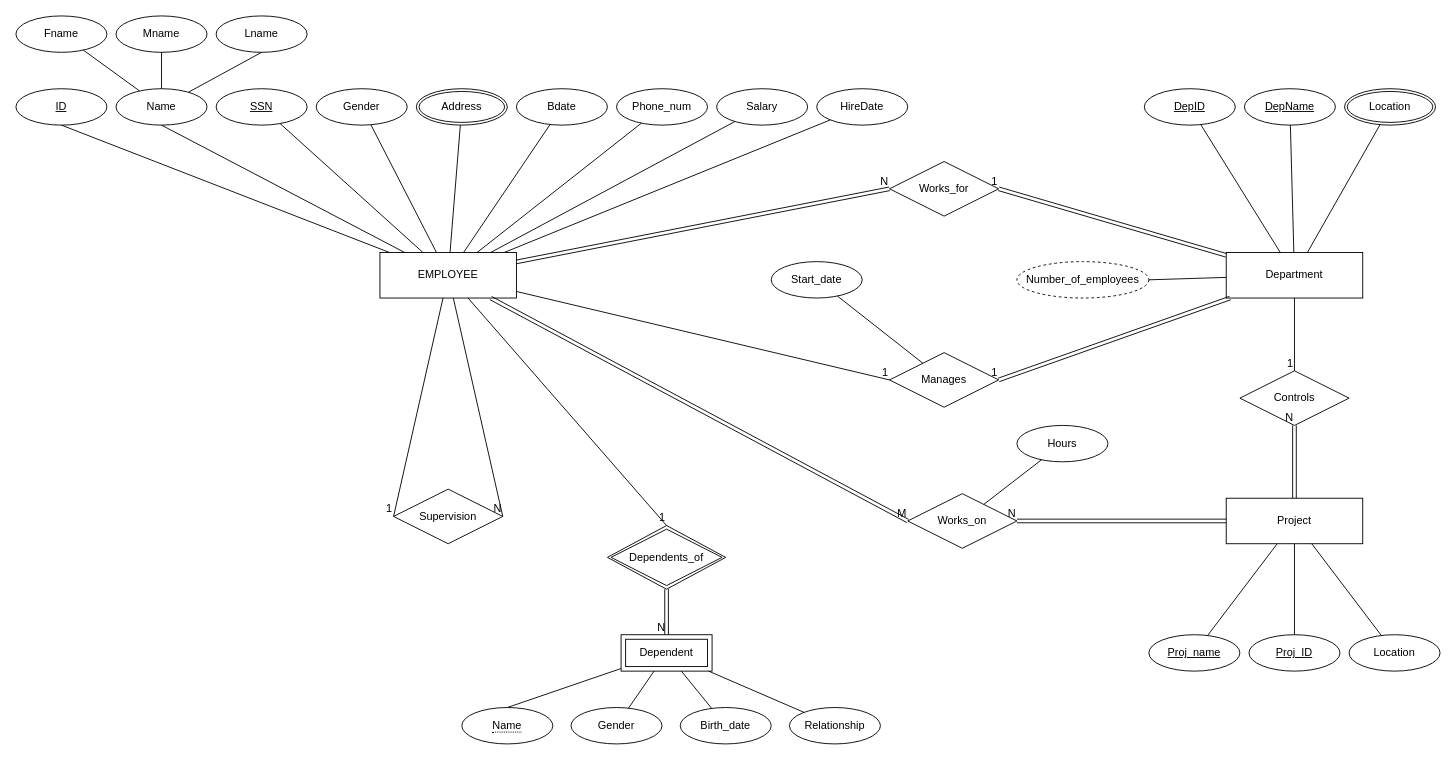
anand-byamba/database-project keeps this draw.io diagram as docs/project.drawio. Above is the earlier version. Source tidied: cells renumbered, new cells numbered last; positions are measured from the earlier drawing's top-left corner, leaving out a move shared by most shapes. Both pictures are drawn from the tidied source at 91%, with x=0, y=0 at pixel (15, 15).
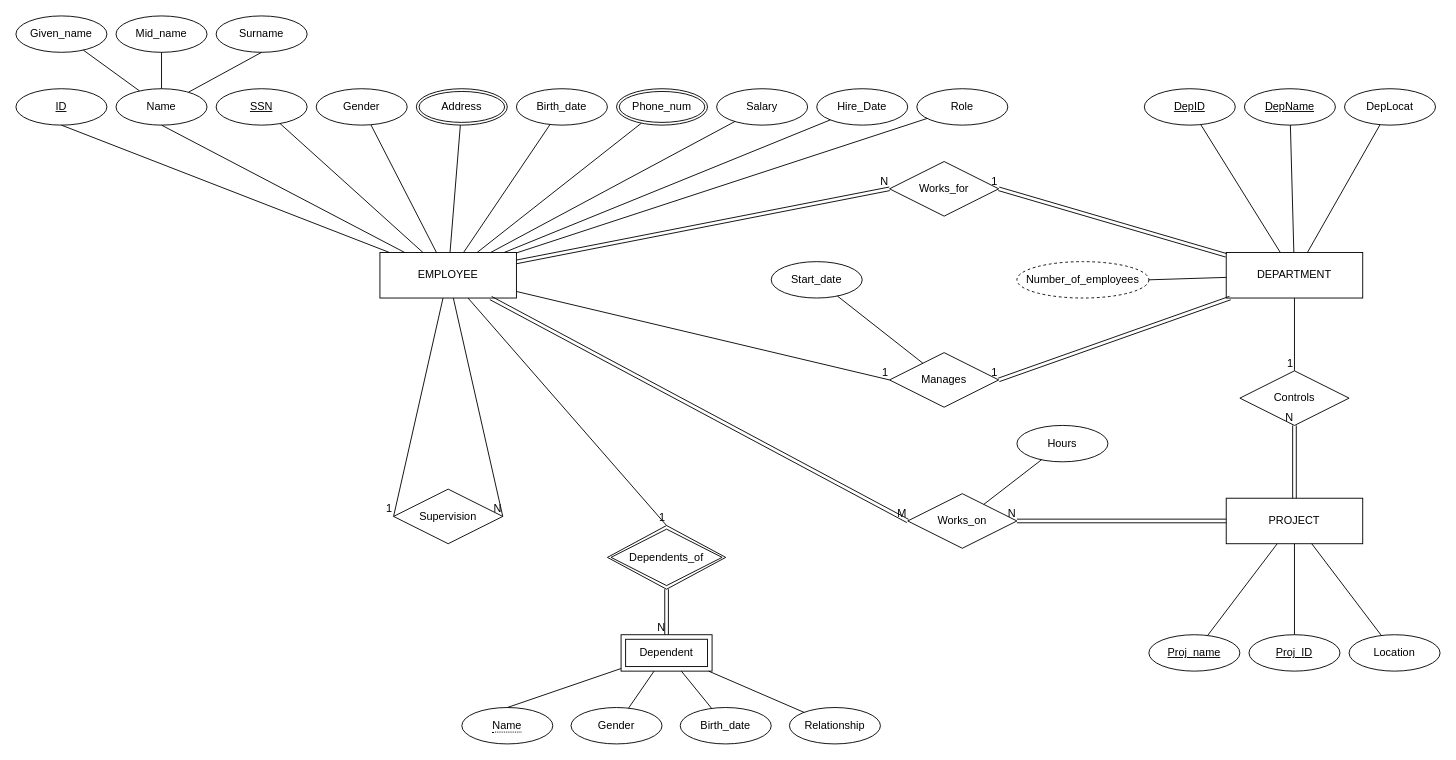
The same page after the edit.

The change refers to these unchanged cells:
```xml
<mxCell id="2" value="EMPLOYEE" style="whiteSpace=wrap;html=1;align=center;" parent="1" vertex="1">
  <mxGeometry x="400" y="260" width="150" height="50" as="geometry" />
</mxCell>
```

Diff of the diagram source:
```diff
@@
-    <mxCell id="3" value="Fname" style="ellipse;whiteSpace=wrap;html=1;align=center;" parent="1" vertex="1">
+    <mxCell id="3" value="Given_name" style="ellipse;whiteSpace=wrap;html=1;align=center;" parent="1" vertex="1">
       <mxGeometry width="100" height="40" as="geometry" />
     </mxCell>
-    <mxCell id="4" value="Lname" style="ellipse;whiteSpace=wrap;html=1;align=center;" parent="1" vertex="1">
+    <mxCell id="4" value="Surname" style="ellipse;whiteSpace=wrap;html=1;align=center;" parent="1" vertex="1">
       <mxGeometry x="220" width="100" height="40" as="geometry" />
     </mxCell>
@@
-    <mxCell id="11" value="Mname" style="ellipse;whiteSpace=wrap;html=1;align=center;" parent="1" vertex="1">
+    <mxCell id="11" value="Mid_name" style="ellipse;whiteSpace=wrap;html=1;align=center;" parent="1" vertex="1">
       <mxGeometry x="110" width="100" height="40" as="geometry" />
     </mxCell>
@@
-    <mxCell id="19" value="Bdate" style="ellipse;whiteSpace=wrap;html=1;align=center;" parent="1" vertex="1">
+    <mxCell id="19" value="Birth_date" style="ellipse;whiteSpace=wrap;html=1;align=center;" parent="1" vertex="1">
       <mxGeometry x="550" y="80" width="100" height="40" as="geometry" />
     </mxCell>
@@
-    <mxCell id="23" value="Phone_num" style="ellipse;whiteSpace=wrap;html=1;align=center;" parent="1" vertex="1">
-      <mxGeometry x="660" y="80" width="100" height="40" as="geometry" />
-    </mxCell>
@@
-    <mxCell id="25" value="HireDate" style="ellipse;whiteSpace=wrap;html=1;align=center;" parent="1" vertex="1">
+    <mxCell id="25" value="Hire_&lt;span style=&quot;background-color: transparent; color: light-dark(rgb(0, 0, 0), rgb(255, 255, 255));&quot;&gt;Date&lt;/span&gt;" style="ellipse;whiteSpace=wrap;html=1;align=center;" parent="1" vertex="1">
       <mxGeometry x="880" y="80" width="100" height="40" as="geometry" />
     </mxCell>
@@
-    <mxCell id="27" value="Department" style="whiteSpace=wrap;html=1;align=center;" parent="1" vertex="1">
+    <mxCell id="27" value="DEPARTMENT" style="whiteSpace=wrap;html=1;align=center;" parent="1" vertex="1">
       <mxGeometry x="1330" y="260" width="150" height="50" as="geometry" />
     </mxCell>
@@
-    <mxCell id="30" value="Location" style="ellipse;shape=doubleEllipse;margin=3;whiteSpace=wrap;html=1;align=center;" parent="1" vertex="1">
-      <mxGeometry x="1460" y="80" width="100" height="40" as="geometry" />
-    </mxCell>
@@
-    <mxCell id="33" style="endArrow=none;html=1;rounded=0;" parent="1" edge="1" source="30" target="27">
+    <mxCell id="33" style="endArrow=none;html=1;rounded=0;" parent="1" edge="1" source="86" target="27">
       <mxGeometry relative="1" as="geometry" />
     </mxCell>
@@
-    <mxCell id="49" value="Project" style="whiteSpace=wrap;html=1;align=center;" parent="1" vertex="1">
+    <mxCell id="49" value="PROJECT" style="whiteSpace=wrap;html=1;align=center;" parent="1" vertex="1">
       <mxGeometry x="1330" y="530" width="150" height="50" as="geometry" />
     </mxCell>
@@
+    <mxCell id="86" value="DepLocat" style="ellipse;whiteSpace=wrap;html=1;align=center;" parent="1" vertex="1">
+      <mxGeometry x="1460" y="80" width="100" height="40" as="geometry" />
+    </mxCell>
+    <mxCell id="87" value="Role" style="ellipse;whiteSpace=wrap;html=1;align=center;" parent="1" vertex="1">
+      <mxGeometry x="990" y="80" width="100" height="40" as="geometry" />
+    </mxCell>
+    <mxCell id="88" style="endArrow=none;html=1;rounded=0;" parent="1" edge="1" source="2" target="87">
+      <mxGeometry relative="1" as="geometry" />
+    </mxCell>
+    <mxCell id="23" value="Phone_num" style="ellipse;shape=doubleEllipse;margin=3;whiteSpace=wrap;html=1;align=center;" parent="1" vertex="1">
+      <mxGeometry x="660" y="80" width="100" height="40" as="geometry" />
+    </mxCell>
```
